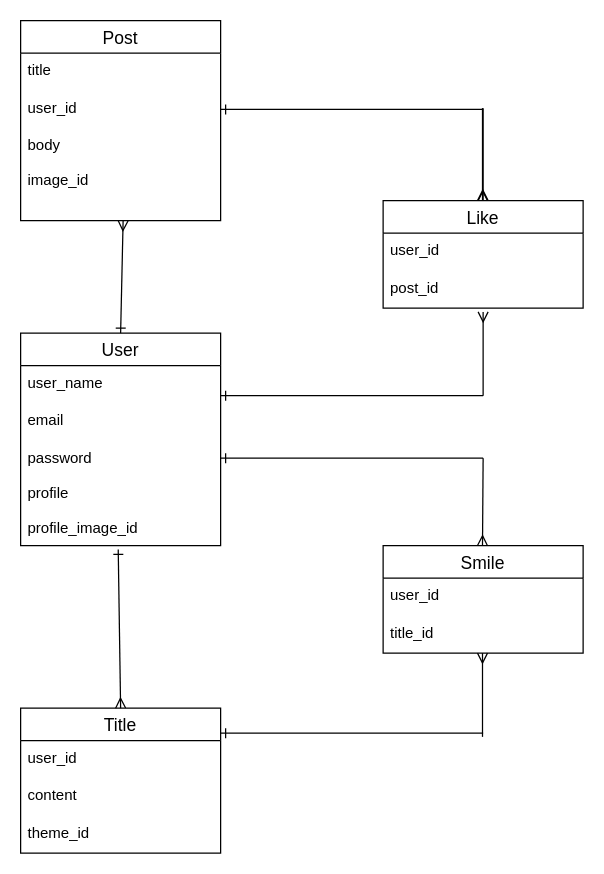
The draw.io diagram データベース設計.dio in katsu0212/c1-grandprix, before the edit. Source tidied: cells renumbered, new cells numbered last; positions are measured from the earlier drawing's top-left corner, leaving out a move shared by most shapes. Both pictures are drawn from the tidied source at 125%, with x=0, y=0 at pixel (20, 20).
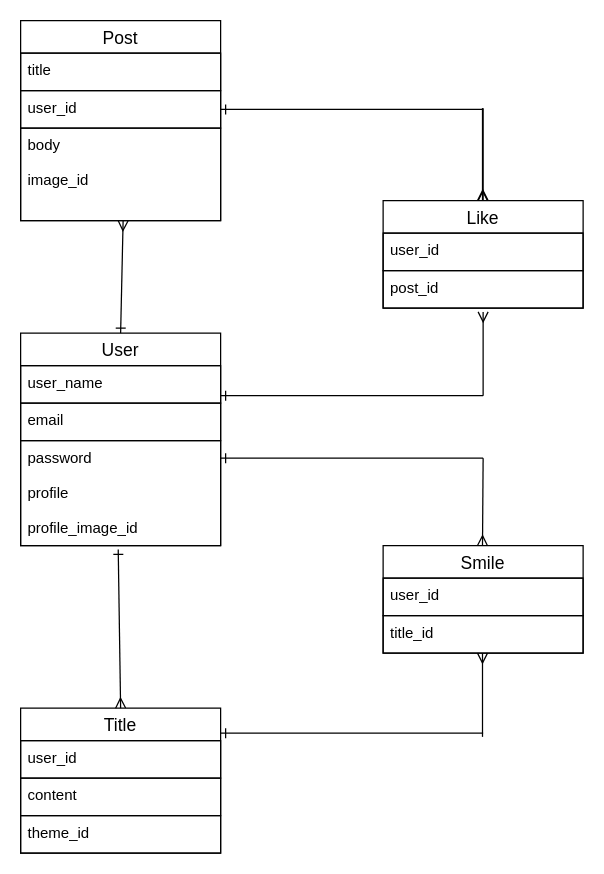
The same diagram, later.

Commit message (it also covers changes not shown here):
画面遷移図作成

Diff of the diagram source:
```diff
@@
-<mxGraphModel>
+<mxGraphModel background="#ffffff">
@@
-    <mxCell id="2" value="User" style="swimlane;fontStyle=0;horizontal=1;startSize=26;align=center;fontSize=14;" parent="1" vertex="1">
+    <mxCell id="2" value="User" style="swimlane;fontStyle=0;horizontal=1;startSize=26;align=center;fontSize=14;strokeColor=#000000;" parent="1" vertex="1">
       <mxGeometry y="250" width="160" height="170" as="geometry" />
     </mxCell>
-    <mxCell id="3" value="user_name" style="text;strokeColor=none;fillColor=none;spacingLeft=4;spacingRight=4;overflow=hidden;fontSize=12;" parent="2" vertex="1">
+    <mxCell id="3" value="user_name" style="text;fillColor=none;spacingLeft=4;spacingRight=4;overflow=hidden;fontSize=12;strokeColor=#000000;fontColor=#000000;" parent="2" vertex="1">
       <mxGeometry y="26" width="160" height="30" as="geometry" />
     </mxCell>
-    <mxCell id="4" value="email" style="text;strokeColor=none;fillColor=none;spacingLeft=4;spacingRight=4;overflow=hidden;fontSize=12;" parent="2" vertex="1">
+    <mxCell id="4" value="email" style="text;fillColor=none;spacingLeft=4;spacingRight=4;overflow=hidden;fontSize=12;strokeColor=#000000;fontColor=#000000;" parent="2" vertex="1">
       <mxGeometry y="56" width="160" height="30" as="geometry" />
     </mxCell>
-    <mxCell id="5" value="password&#10;&#10;profile&#10;&#10;profile_image_id" style="text;strokeColor=none;fillColor=none;spacingLeft=4;spacingRight=4;overflow=hidden;points=[[0,0.5],[1,0.5]];portConstraint=eastwest;fontSize=12;" parent="2" vertex="1">
+    <mxCell id="5" value="password&#10;&#10;profile&#10;&#10;profile_image_id" style="text;fillColor=none;spacingLeft=4;spacingRight=4;overflow=hidden;points=[[0,0.5],[1,0.5]];portConstraint=eastwest;fontSize=12;strokeColor=#000000;fontColor=#000000;" parent="2" vertex="1">
       <mxGeometry y="86" width="160" height="84" as="geometry" />
     </mxCell>
-    <mxCell id="6" value="Smile" style="swimlane;fontStyle=0;horizontal=1;startSize=26;align=center;fontSize=14;" parent="1" vertex="1">
+    <mxCell id="6" value="Smile" style="swimlane;fontStyle=0;horizontal=1;startSize=26;align=center;fontSize=14;strokeColor=#000000;" parent="1" vertex="1">
       <mxGeometry x="290" y="420" width="160" height="86" as="geometry" />
     </mxCell>
-    <mxCell id="7" value="user_id" style="text;strokeColor=none;fillColor=none;spacingLeft=4;spacingRight=4;overflow=hidden;fontSize=12;" parent="6" vertex="1">
+    <mxCell id="7" value="user_id" style="text;fillColor=none;spacingLeft=4;spacingRight=4;overflow=hidden;fontSize=12;strokeColor=#000000;fontColor=#000000;" parent="6" vertex="1">
       <mxGeometry y="26" width="160" height="30" as="geometry" />
     </mxCell>
-    <mxCell id="8" value="title_id" style="text;strokeColor=none;fillColor=none;spacingLeft=4;spacingRight=4;overflow=hidden;fontSize=12;" parent="6" vertex="1">
+    <mxCell id="8" value="title_id" style="text;fillColor=none;spacingLeft=4;spacingRight=4;overflow=hidden;fontSize=12;strokeColor=#000000;fontColor=#000000;" parent="6" vertex="1">
       <mxGeometry y="56" width="160" height="30" as="geometry" />
     </mxCell>
-    <mxCell id="9" value="Like" style="swimlane;fontStyle=0;horizontal=1;startSize=26;align=center;fontSize=14;" parent="1" vertex="1">
+    <mxCell id="9" value="Like" style="swimlane;fontStyle=0;horizontal=1;startSize=26;align=center;fontSize=14;strokeColor=#000000;" parent="1" vertex="1">
       <mxGeometry x="290" y="144" width="160" height="86" as="geometry" />
     </mxCell>
-    <mxCell id="10" value="user_id" style="text;strokeColor=none;fillColor=none;spacingLeft=4;spacingRight=4;overflow=hidden;fontSize=12;" parent="9" vertex="1">
+    <mxCell id="10" value="user_id" style="text;fillColor=none;spacingLeft=4;spacingRight=4;overflow=hidden;fontSize=12;strokeColor=#000000;fontColor=#000000;" parent="9" vertex="1">
       <mxGeometry y="26" width="160" height="30" as="geometry" />
     </mxCell>
-    <mxCell id="11" value="post_id" style="text;strokeColor=none;fillColor=none;spacingLeft=4;spacingRight=4;overflow=hidden;fontSize=12;" parent="9" vertex="1">
+    <mxCell id="11" value="post_id" style="text;fillColor=none;spacingLeft=4;spacingRight=4;overflow=hidden;fontSize=12;strokeColor=#000000;fontColor=#000000;" parent="9" vertex="1">
       <mxGeometry y="56" width="160" height="30" as="geometry" />
     </mxCell>
-    <mxCell id="12" value="Post" style="swimlane;fontStyle=0;horizontal=1;startSize=26;align=center;fontSize=14;" parent="1" vertex="1">
+    <mxCell id="12" value="Post" style="swimlane;fontStyle=0;horizontal=1;startSize=26;align=center;fontSize=14;strokeColor=#000000;" parent="1" vertex="1">
       <mxGeometry width="160" height="160" as="geometry" />
     </mxCell>
-    <mxCell id="13" value="title" style="text;strokeColor=none;fillColor=none;spacingLeft=4;spacingRight=4;overflow=hidden;fontSize=12;" parent="12" vertex="1">
+    <mxCell id="13" value="title" style="text;fillColor=none;spacingLeft=4;spacingRight=4;overflow=hidden;fontSize=12;strokeColor=#000000;fontColor=#000000;" parent="12" vertex="1">
       <mxGeometry y="26" width="160" height="30" as="geometry" />
     </mxCell>
-    <mxCell id="14" value="user_id" style="text;strokeColor=none;fillColor=none;spacingLeft=4;spacingRight=4;overflow=hidden;points=[[0,0.5],[1,0.5]];portConstraint=eastwest;fontSize=12;" parent="12" vertex="1">
+    <mxCell id="14" value="user_id" style="text;fillColor=none;spacingLeft=4;spacingRight=4;overflow=hidden;points=[[0,0.5],[1,0.5]];portConstraint=eastwest;fontSize=12;strokeColor=#000000;fontColor=#000000;" parent="12" vertex="1">
       <mxGeometry y="56" width="160" height="30" as="geometry" />
     </mxCell>
-    <mxCell id="15" value="body&#10;&#10;image_id" style="text;strokeColor=none;fillColor=none;spacingLeft=4;spacingRight=4;overflow=hidden;fontSize=12;" parent="12" vertex="1">
+    <mxCell id="15" value="body&#10;&#10;image_id" style="text;fillColor=none;spacingLeft=4;spacingRight=4;overflow=hidden;fontSize=12;strokeColor=#000000;fontColor=#000000;" parent="12" vertex="1">
       <mxGeometry y="86" width="160" height="74" as="geometry" />
     </mxCell>
-    <mxCell id="16" value="Title" style="swimlane;fontStyle=0;horizontal=1;startSize=26;align=center;fontSize=14;" parent="1" vertex="1">
+    <mxCell id="16" value="Title" style="swimlane;fontStyle=0;horizontal=1;startSize=26;align=center;fontSize=14;strokeColor=#000000;" parent="1" vertex="1">
       <mxGeometry y="550" width="160" height="116" as="geometry" />
     </mxCell>
-    <mxCell id="17" value="user_id" style="text;strokeColor=none;fillColor=none;spacingLeft=4;spacingRight=4;overflow=hidden;fontSize=12;" parent="16" vertex="1">
+    <mxCell id="17" value="user_id" style="text;fillColor=none;spacingLeft=4;spacingRight=4;overflow=hidden;fontSize=12;strokeColor=#000000;fontColor=#000000;" parent="16" vertex="1">
       <mxGeometry y="26" width="160" height="30" as="geometry" />
     </mxCell>
-    <mxCell id="18" value="content" style="text;strokeColor=none;fillColor=none;spacingLeft=4;spacingRight=4;overflow=hidden;fontSize=12;" parent="16" vertex="1">
+    <mxCell id="18" value="content" style="text;fillColor=none;spacingLeft=4;spacingRight=4;overflow=hidden;fontSize=12;strokeColor=#000000;fontColor=#000000;" parent="16" vertex="1">
       <mxGeometry y="56" width="160" height="30" as="geometry" />
     </mxCell>
-    <mxCell id="19" value="theme_id" style="text;strokeColor=none;fillColor=none;spacingLeft=4;spacingRight=4;overflow=hidden;fontSize=12;" parent="16" vertex="1">
+    <mxCell id="19" value="theme_id" style="text;fillColor=none;spacingLeft=4;spacingRight=4;overflow=hidden;fontSize=12;strokeColor=#000000;fontColor=#000000;" parent="16" vertex="1">
       <mxGeometry y="86" width="160" height="30" as="geometry" />
     </mxCell>
-    <mxCell id="20" style="edgeStyle=none;html=1;exitX=1;exitY=0.5;exitDx=0;exitDy=0;endArrow=none;endFill=0;startArrow=ERone;startFill=0;" parent="1" edge="1" source="14">
+    <mxCell id="20" style="edgeStyle=none;html=1;exitX=1;exitY=0.5;exitDx=0;exitDy=0;endArrow=none;endFill=0;startArrow=ERone;startFill=0;strokeColor=#000000;" parent="1" edge="1" source="14">
       <mxGeometry relative="1" as="geometry">
         <mxPoint x="370" y="71" as="targetPoint" />
       </mxGeometry>
     </mxCell>
-    <mxCell id="21" style="edgeStyle=none;html=1;exitX=1;exitY=0.5;exitDx=0;exitDy=0;endArrow=ERmany;endFill=0;entryX=0.5;entryY=0;entryDx=0;entryDy=0;" parent="1" edge="1" target="9">
+    <mxCell id="21" style="edgeStyle=none;html=1;exitX=1;exitY=0.5;exitDx=0;exitDy=0;endArrow=ERmany;endFill=0;entryX=0.5;entryY=0;entryDx=0;entryDy=0;strokeColor=#000000;" parent="1" edge="1" target="9">
       <mxGeometry relative="1" as="geometry">
         <mxPoint x="370" y="70" as="sourcePoint" />
       </mxGeometry>
     </mxCell>
-    <mxCell id="22" style="edgeStyle=none;html=1;exitX=1;exitY=0.5;exitDx=0;exitDy=0;endArrow=none;endFill=0;startArrow=ERone;startFill=0;" parent="1" edge="1">
+    <mxCell id="22" style="edgeStyle=none;html=1;exitX=1;exitY=0.5;exitDx=0;exitDy=0;endArrow=none;endFill=0;startArrow=ERone;startFill=0;strokeColor=#000000;" parent="1" edge="1">
       <mxGeometry relative="1" as="geometry">
         <mxPoint x="160" y="300" as="sourcePoint" />
         <mxPoint x="370" y="300" as="targetPoint" />
       </mxGeometry>
     </mxCell>
-    <mxCell id="23" style="edgeStyle=none;html=1;exitX=1;exitY=0.5;exitDx=0;exitDy=0;endArrow=ERmany;endFill=0;entryX=0.5;entryY=0;entryDx=0;entryDy=0;" parent="1" edge="1">
+    <mxCell id="23" style="edgeStyle=none;html=1;exitX=1;exitY=0.5;exitDx=0;exitDy=0;endArrow=ERmany;endFill=0;entryX=0.5;entryY=0;entryDx=0;entryDy=0;strokeColor=#000000;" parent="1" edge="1">
       <mxGeometry relative="1" as="geometry">
         <mxPoint x="369.5" y="70" as="sourcePoint" />
         <mxPoint x="369.5" y="144" as="targetPoint" />
       </mxGeometry>
     </mxCell>
-    <mxCell id="24" style="edgeStyle=none;html=1;endArrow=ERmany;endFill=0;" parent="1" edge="1">
+    <mxCell id="24" style="edgeStyle=none;html=1;endArrow=ERmany;endFill=0;strokeColor=#000000;" parent="1" edge="1">
       <mxGeometry relative="1" as="geometry">
         <mxPoint x="370" y="300" as="sourcePoint" />
         <mxPoint x="370" y="233" as="targetPoint" />
       </mxGeometry>
     </mxCell>
-    <mxCell id="25" style="edgeStyle=none;html=1;exitX=1;exitY=0.5;exitDx=0;exitDy=0;endArrow=none;endFill=0;startArrow=ERone;startFill=0;" parent="1" edge="1">
+    <mxCell id="25" style="edgeStyle=none;html=1;exitX=1;exitY=0.5;exitDx=0;exitDy=0;endArrow=none;endFill=0;startArrow=ERone;startFill=0;strokeColor=#000000;" parent="1" edge="1">
       <mxGeometry relative="1" as="geometry">
         <mxPoint x="160" y="350" as="sourcePoint" />
         <mxPoint x="370" y="350" as="targetPoint" />
       </mxGeometry>
     </mxCell>
-    <mxCell id="26" style="edgeStyle=none;html=1;endArrow=ERmany;endFill=0;entryX=0.5;entryY=0;entryDx=0;entryDy=0;" parent="1" edge="1">
+    <mxCell id="26" style="edgeStyle=none;html=1;endArrow=ERmany;endFill=0;entryX=0.5;entryY=0;entryDx=0;entryDy=0;strokeColor=#000000;" parent="1" edge="1">
       <mxGeometry relative="1" as="geometry">
         <mxPoint x="370" y="350" as="sourcePoint" />
         <mxPoint x="369.5" y="420" as="targetPoint" />
       </mxGeometry>
     </mxCell>
-    <mxCell id="27" style="edgeStyle=none;html=1;endArrow=ERmany;endFill=0;" parent="1" edge="1">
+    <mxCell id="27" style="edgeStyle=none;html=1;endArrow=ERmany;endFill=0;strokeColor=#000000;" parent="1" edge="1">
       <mxGeometry relative="1" as="geometry">
         <mxPoint x="369.5" y="573" as="sourcePoint" />
         <mxPoint x="369.5" y="506" as="targetPoint" />
       </mxGeometry>
     </mxCell>
-    <mxCell id="28" style="edgeStyle=none;html=1;exitX=1;exitY=0.5;exitDx=0;exitDy=0;endArrow=none;endFill=0;startArrow=ERone;startFill=0;" parent="1" edge="1">
+    <mxCell id="28" style="edgeStyle=none;html=1;exitX=1;exitY=0.5;exitDx=0;exitDy=0;endArrow=none;endFill=0;startArrow=ERone;startFill=0;strokeColor=#000000;" parent="1" edge="1">
       <mxGeometry relative="1" as="geometry">
         <mxPoint x="160" y="570" as="sourcePoint" />
         <mxPoint x="370" y="570" as="targetPoint" />
       </mxGeometry>
     </mxCell>
-    <mxCell id="29" style="edgeStyle=none;html=1;exitX=0.488;exitY=1.036;exitDx=0;exitDy=0;endArrow=ERmany;endFill=0;startArrow=ERone;startFill=0;exitPerimeter=0;entryX=0.5;entryY=0;entryDx=0;entryDy=0;" parent="1" edge="1" source="5" target="16">
+    <mxCell id="29" style="edgeStyle=none;html=1;exitX=0.488;exitY=1.036;exitDx=0;exitDy=0;endArrow=ERmany;endFill=0;startArrow=ERone;startFill=0;exitPerimeter=0;entryX=0.5;entryY=0;entryDx=0;entryDy=0;strokeColor=#000000;" parent="1" edge="1" source="5" target="16">
       <mxGeometry relative="1" as="geometry" />
     </mxCell>
-    <mxCell id="30" style="edgeStyle=none;html=1;endArrow=ERmany;endFill=0;startArrow=ERone;startFill=0;exitX=0.5;exitY=0;exitDx=0;exitDy=0;" parent="1" edge="1" source="2">
+    <mxCell id="30" style="edgeStyle=none;html=1;endArrow=ERmany;endFill=0;startArrow=ERone;startFill=0;exitX=0.5;exitY=0;exitDx=0;exitDy=0;strokeColor=#000000;" parent="1" edge="1" source="2">
       <mxGeometry relative="1" as="geometry">
         <mxPoint x="82" y="160" as="targetPoint" />
       </mxGeometry>
     </mxCell>
```
